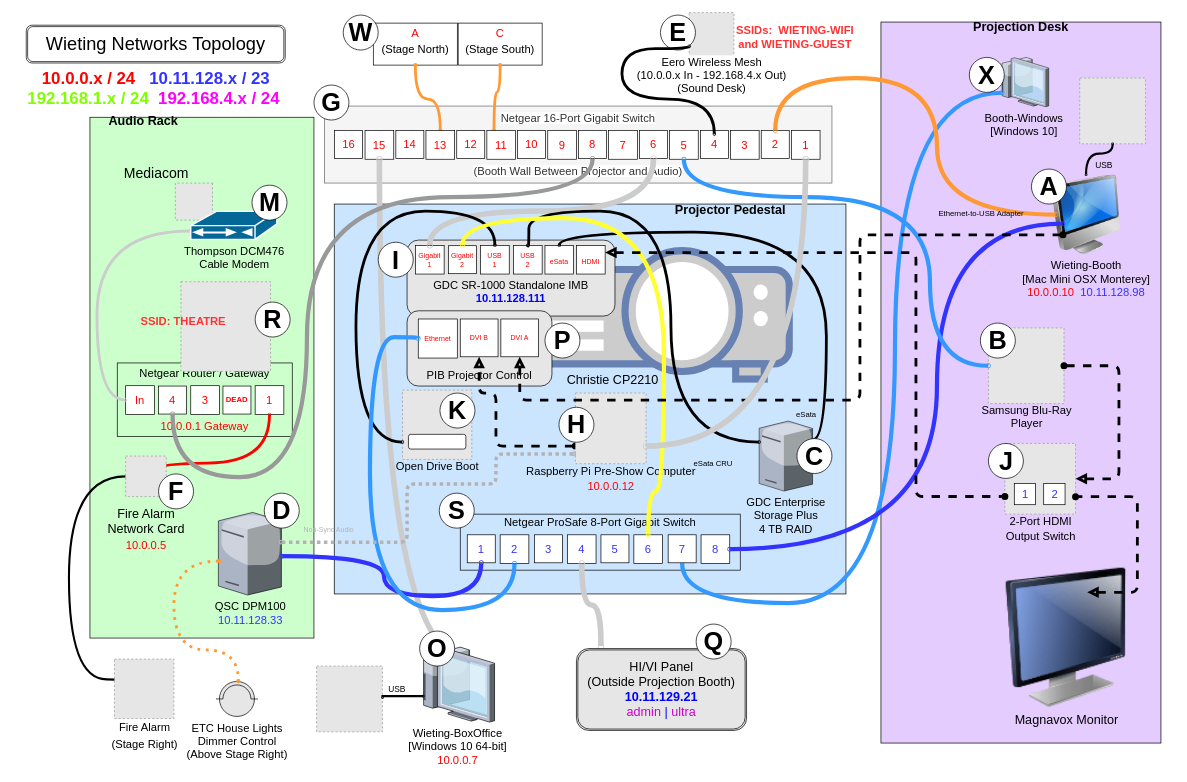
This is _Wieting-Networks-Topology-2022.drawio from SummittDweller/wieting-one-click-hugo-cms, a draw.io file, before an edit. Source tidied: cells renumbered, new cells numbered last; positions are measured from the earlier drawing's top-left corner, leaving out a move shared by most shapes. Both pictures are drawn from the tidied source at 70%, with x=0, y=0 at pixel (12, 12). Pictures stored in the file or linked from it are replaced by grey dashed boxes.
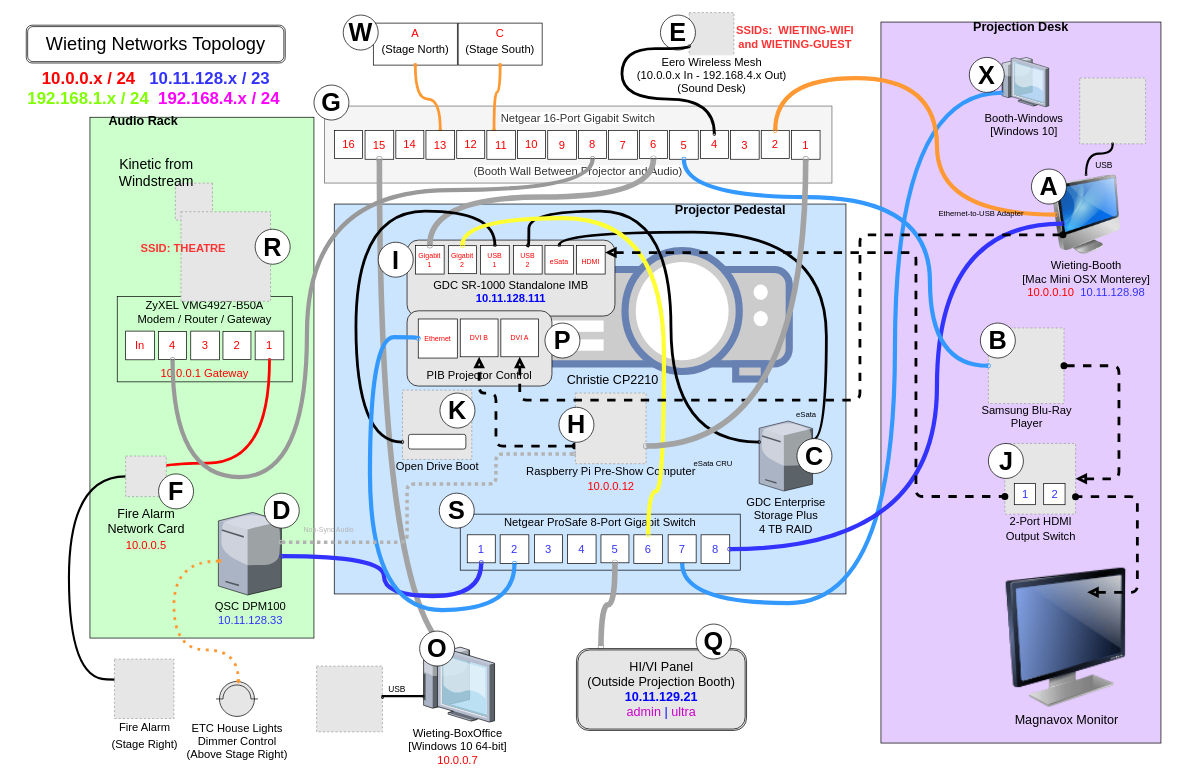
After the change.

Commit message (it also covers changes not shown here):
Updated network diagram

Unchanged cells that the change refers to:
```xml
<mxCell id="12" value="15" style="whiteSpace=wrap;html=1;fontSize=16;fontColor=#FF0000;" parent="1" vertex="1">
  <mxGeometry x="504" y="169" width="41" height="41" as="geometry" />
</mxCell>
<mxCell id="25" value="4" style="whiteSpace=wrap;html=1;fontSize=16;fontColor=#3333FF;" parent="1" vertex="1">
  <mxGeometry x="793" y="746.5" width="41" height="41" as="geometry" />
</mxCell>
<mxCell id="27" value="5" style="whiteSpace=wrap;html=1;fontSize=16;fontColor=#3333FF;" parent="1" vertex="1">
  <mxGeometry x="841" y="746.5" width="40" height="40" as="geometry" />
</mxCell>
<mxCell id="38" value="&lt;div&gt;Wieting-BoxOffice&lt;/div&gt;&lt;div&gt;[Windows 10 64-bit]&lt;/div&gt;&lt;div&gt;&lt;font color=&quot;#ff0000&quot; style=&quot;font-size: 16px&quot;&gt;10.0.0.7&lt;/font&gt;&lt;/div&gt;" style="verticalLabelPosition=bottom;html=1;verticalAlign=top;strokeColor=none;shape=mxgraph.citrix.thin_client;fontSize=16;" parent="1" vertex="1">
  <mxGeometry x="582" y="907" width="107" height="107" as="geometry" />
</mxCell>
<mxCell id="64" value="8" style="whiteSpace=wrap;html=1;fontSize=16;fontColor=#FF0000;" parent="1" vertex="1">
  <mxGeometry x="809" y="169" width="40" height="40" as="geometry" />
</mxCell>
<mxCell id="67" value="6" style="whiteSpace=wrap;html=1;fontSize=16;fontColor=#FF0000;" parent="1" vertex="1">
  <mxGeometry x="896" y="169" width="40" height="40" as="geometry" />
</mxCell>
<mxCell id="74" value="1" style="whiteSpace=wrap;html=1;fontSize=16;fontColor=#FF0000;" parent="1" vertex="1">
  <mxGeometry x="1113" y="169" width="41" height="41" as="geometry" />
</mxCell>
<mxCell id="102" value="Gigabit&lt;br&gt;1" style="whiteSpace=wrap;html=1;fontSize=10;fontColor=#FF0000;" parent="1" vertex="1">
  <mxGeometry x="576" y="333" width="41" height="41" as="geometry" />
</mxCell>
<mxCell id="136" value="&lt;p style=&quot;line-height: 70%&quot;&gt;&lt;span style=&quot;font-size: 16px&quot;&gt;&lt;font color=&quot;#000000&quot;&gt;Raspberry Pi&amp;nbsp;&lt;/font&gt;&lt;font color=&quot;#000000&quot;&gt;Pre-Show Computer&lt;/font&gt;&lt;br&gt;10.0.0.12&lt;/span&gt;&lt;/p&gt;" style="fillColor=#E6E6E6;strokeColor=#999999;dashed=1;html=1;verticalAlign=top;verticalLabelPosition=bottom;labelBackgroundColor=none;fontSize=26;fontColor=#FF0000;spacing=-25;spacingTop=-8;" parent="1" vertex="1">
  <mxGeometry x="804.5" y="544" width="101" height="101" as="geometry" />
</mxCell>
```

Diff of the diagram source:
```diff
@@
-    <mxCell id="15" style="edgeStyle=orthogonalEdgeStyle;curved=1;rounded=0;html=1;exitX=0.5;exitY=1;entryX=0.645;entryY=0.14;entryPerimeter=0;startArrow=oval;startFill=1;startSize=1;endArrow=oval;endFill=1;endSize=1;jettySize=auto;strokeWidth=8;fontSize=26;fontColor=#FF0000;exitDx=0;exitDy=0;entryDx=0;entryDy=0;strokeColor=#CCCCCC;" parent="1" edge="1" source="12" target="38">
+    <mxCell id="15" style="edgeStyle=orthogonalEdgeStyle;curved=1;rounded=0;html=1;exitX=0.5;exitY=1;entryX=0.645;entryY=0.14;entryPerimeter=0;startArrow=oval;startFill=1;startSize=1;endArrow=oval;endFill=1;endSize=1;jettySize=auto;strokeWidth=8;fontSize=26;fontColor=#FF0000;exitDx=0;exitDy=0;entryDx=0;entryDy=0;strokeColor=#A3A3A3;" parent="1" edge="1" source="12" target="38">
       <mxGeometry relative="1" as="geometry">
         <Array as="points">
           <mxPoint x="525" y="923" />
         </Array>
       </mxGeometry>
     </mxCell>
@@
-    <mxCell id="35" value="Mediacom" style="text;html=1;strokeColor=none;fillColor=none;align=center;verticalAlign=middle;whiteSpace=wrap;rounded=0;fontSize=20;" parent="1" vertex="1">
+    <mxCell id="35" value="Kinetic from Windstream" style="text;html=1;strokeColor=none;fillColor=none;align=center;verticalAlign=middle;whiteSpace=wrap;rounded=0;fontSize=20;" parent="1" vertex="1">
       <mxGeometry x="157" y="210" width="98" height="37" as="geometry" />
     </mxCell>
@@
-    <mxCell id="45" value="&lt;div&gt;Netgear Router / Gateway&lt;br&gt;&lt;br&gt;&lt;/div&gt;&lt;div&gt;&lt;br&gt;&lt;/div&gt;&lt;div&gt;&lt;br&gt;&lt;/div&gt;&lt;div&gt;&lt;font color=&quot;#ff0000&quot;&gt;10.0.0.1 Gateway&lt;/font&gt;&lt;/div&gt;" style="rounded=0;whiteSpace=wrap;html=1;fontSize=16;fillColor=none;" parent="1" vertex="1">
-      <mxGeometry x="150" y="501" width="250" height="105" as="geometry" />
+    <mxCell id="45" value="&lt;div&gt;ZyXEL VMG4927-B50A&lt;br&gt;Modem / Router / Gateway&lt;br&gt;&lt;br&gt;&lt;/div&gt;&lt;div&gt;&lt;br&gt;&lt;/div&gt;&lt;div&gt;&lt;br&gt;&lt;/div&gt;&lt;div&gt;&lt;font color=&quot;#ff0000&quot;&gt;10.0.0.1 Gateway&lt;/font&gt;&lt;/div&gt;" style="rounded=0;whiteSpace=wrap;html=1;fontSize=16;fillColor=none;" parent="1" vertex="1">
+      <mxGeometry x="150" y="406" width="250" height="122" as="geometry" />
     </mxCell>
     <mxCell id="46" style="edgeStyle=orthogonalEdgeStyle;rounded=0;html=1;exitX=0.5;exitY=1;entryX=0.5;entryY=1;jettySize=auto;orthogonalLoop=1;fontSize=16;fontColor=#FF0000;" parent="1" edge="1">
       <mxGeometry relative="1" as="geometry">
-        <mxPoint x="249.1" y="574.1" as="sourcePoint" />
-        <mxPoint x="249.1" y="574.1" as="targetPoint" />
+        <mxPoint x="249.1" y="496.1" as="sourcePoint" />
+        <mxPoint x="249.1" y="496.1" as="targetPoint" />
       </mxGeometry>
     </mxCell>
     <mxCell id="47" value="In" style="whiteSpace=wrap;html=1;fontSize=16;fontColor=#FF0000;" parent="1" vertex="1">
-      <mxGeometry x="162" y="533.5" width="41" height="41" as="geometry" />
+      <mxGeometry x="162" y="455.5" width="41" height="41" as="geometry" />
     </mxCell>
@@
     <mxCell id="49" value="4" style="whiteSpace=wrap;html=1;fontSize=16;fontColor=#FF0000;" parent="1" vertex="1">
-      <mxGeometry x="209" y="534" width="40" height="40" as="geometry" />
+      <mxGeometry x="209" y="456" width="40" height="40" as="geometry" />
     </mxCell>
     <mxCell id="50" value="3" style="whiteSpace=wrap;html=1;fontSize=16;fontColor=#FF0000;" parent="1" vertex="1">
-      <mxGeometry x="255" y="533.5" width="41" height="41" as="geometry" />
+      <mxGeometry x="255" y="455.5" width="41" height="41" as="geometry" />
     </mxCell>
@@
-    <mxCell id="52" value="DEAD" style="whiteSpace=wrap;html=1;fontSize=11;fontColor=#FF0000;fontStyle=1;" parent="1" vertex="1">
-      <mxGeometry x="301" y="534" width="40" height="40" as="geometry" />
+    <mxCell id="52" value="&lt;font style=&quot;font-weight: normal ; font-size: 16px&quot;&gt;2&lt;/font&gt;" style="whiteSpace=wrap;html=1;fontSize=11;fontColor=#FF0000;fontStyle=1;" parent="1" vertex="1">
+      <mxGeometry x="301" y="456" width="40" height="40" as="geometry" />
     </mxCell>
     <mxCell id="53" value="1" style="whiteSpace=wrap;html=1;fontSize=16;fontColor=#FF0000;" parent="1" vertex="1">
-      <mxGeometry x="347" y="533.5" width="41" height="41" as="geometry" />
+      <mxGeometry x="347" y="455.5" width="41" height="41" as="geometry" />
     </mxCell>
@@
     <mxCell id="56" style="fillColor=#E6E6E6;strokeColor=#999999;dashed=1;html=1;verticalAlign=top;verticalLabelPosition=bottom;labelBackgroundColor=#ffffff;fontSize=16;" parent="1" vertex="1">
-      <mxGeometry x="241" y="385" width="128" height="128" as="geometry" />
+      <mxGeometry x="241" y="285" width="128" height="128" as="geometry" />
     </mxCell>
@@
-    <mxCell id="60" style="edgeStyle=orthogonalEdgeStyle;curved=1;rounded=0;html=1;exitX=-0.008;exitY=0.7;exitPerimeter=0;startArrow=oval;startFill=1;startSize=1;endArrow=oval;endFill=1;endSize=1;jettySize=auto;strokeWidth=4;fontSize=26;fontColor=#FF0000;strokeColor=#CCCCCC;entryX=0;entryY=0.5;entryDx=0;entryDy=0;exitDx=0;exitDy=0;" parent="1" edge="1" source="61" target="47">
-      <mxGeometry relative="1" as="geometry">
-        <Array as="points">
-          <mxPoint x="121" y="313" />
-          <mxPoint x="121" y="554" />
-        </Array>
-      </mxGeometry>
-    </mxCell>
-    <mxCell id="61" value="Thompson DCM476&lt;div&gt;Cable Modem&lt;/div&gt;" style="shape=mxgraph.cisco.modems_and_phones.cable_modem;html=1;dashed=0;fillColor=#036897;strokeColor=#ffffff;strokeWidth=2;verticalLabelPosition=bottom;verticalAlign=top;fontSize=16;labelBackgroundColor=none;" parent="1" vertex="1">
-      <mxGeometry x="255" y="284.5" width="123" height="40" as="geometry" />
-    </mxCell>
@@
-    <mxCell id="81" value="&lt;font style=&quot;font-size: 36px&quot;&gt;&lt;b&gt;M&lt;/b&gt;&lt;/font&gt;" style="ellipse;whiteSpace=wrap;html=1;" parent="1" vertex="1">
-      <mxGeometry x="342.5" y="247" width="50" height="50" as="geometry" />
-    </mxCell>
@@
     <mxCell id="83" value="&lt;font style=&quot;font-size: 36px&quot;&gt;&lt;b&gt;R&lt;/b&gt;&lt;/font&gt;" style="ellipse;whiteSpace=wrap;html=1;" parent="1" vertex="1">
-      <mxGeometry x="347" y="414" width="50" height="50" as="geometry" />
+      <mxGeometry x="347" y="310" width="50" height="50" as="geometry" />
     </mxCell>
@@
     <mxCell id="92" value="SSID: THEATRE" style="text;html=1;strokeColor=none;fillColor=none;align=center;verticalAlign=middle;whiteSpace=wrap;rounded=0;fontStyle=1;fontSize=16;labelBackgroundColor=none;fontColor=#FF3333;" parent="1" vertex="1">
-      <mxGeometry x="171" y="431" width="147" height="20" as="geometry" />
+      <mxGeometry x="171" y="327" width="147" height="20" as="geometry" />
     </mxCell>
@@
     <mxCell id="97" style="edgeStyle=orthogonalEdgeStyle;curved=1;rounded=0;html=1;exitX=0.5;exitY=1;entryX=0.5;entryY=1;startArrow=oval;startFill=1;startSize=1;endArrow=oval;endFill=1;endSize=1;jettySize=auto;strokeWidth=6;fontSize=26;fontColor=#FF0000;entryDx=0;entryDy=0;exitDx=0;exitDy=0;strokeColor=#999999;" parent="1" edge="1" source="49" target="64">
       <mxGeometry relative="1" as="geometry">
         <Array as="points">
           <mxPoint x="229" y="664" />
           <mxPoint x="421" y="664" />
-          <mxPoint x="421" y="264" />
-          <mxPoint x="829" y="264" />
+          <mxPoint x="421" y="254" />
+          <mxPoint x="829" y="254" />
         </Array>
       </mxGeometry>
     </mxCell>
@@
-    <mxCell id="110" style="edgeStyle=orthogonalEdgeStyle;curved=1;rounded=0;html=1;exitX=0.5;exitY=1;startArrow=oval;startFill=1;startSize=1;endArrow=oval;endFill=1;endSize=1;jettySize=auto;strokeWidth=8;fontSize=26;fontColor=#FF0000;exitDx=0;exitDy=0;shadow=0;entryX=0.5;entryY=0;entryDx=0;entryDy=0;strokeColor=#CCCCCC;" parent="1" edge="1" source="67" target="102">
+    <mxCell id="110" style="edgeStyle=orthogonalEdgeStyle;curved=1;rounded=0;html=1;exitX=0.5;exitY=1;startArrow=oval;startFill=1;startSize=1;endArrow=oval;endFill=1;endSize=1;jettySize=auto;strokeWidth=8;fontSize=26;fontColor=#FF0000;exitDx=0;exitDy=0;shadow=0;entryX=0.5;entryY=0;entryDx=0;entryDy=0;strokeColor=#A3A3A3;" parent="1" edge="1" source="67" target="102">
       <mxGeometry relative="1" as="geometry">
         <Array as="points">
-          <mxPoint x="916" y="284" />
-          <mxPoint x="597" y="284" />
+          <mxPoint x="916" y="264" />
+          <mxPoint x="597" y="264" />
         </Array>
       </mxGeometry>
     </mxCell>
@@
-    <mxCell id="128" style="edgeStyle=orthogonalEdgeStyle;rounded=0;html=1;entryX=0.645;entryY=0.14;entryPerimeter=0;startArrow=oval;startFill=1;startSize=1;endArrow=oval;endFill=1;endSize=1;jettySize=auto;strokeWidth=8;fontSize=26;fontColor=#FF0000;entryDx=0;entryDy=0;strokeColor=#CCCCCC;curved=1;exitX=0.5;exitY=1;exitDx=0;exitDy=0;" parent="1" edge="1" source="25">
+    <mxCell id="128" style="edgeStyle=orthogonalEdgeStyle;rounded=0;html=1;entryX=0.645;entryY=0.14;entryPerimeter=0;startArrow=oval;startFill=1;startSize=1;endArrow=oval;endFill=1;endSize=1;jettySize=auto;strokeWidth=8;fontSize=26;fontColor=#FF0000;entryDx=0;entryDy=0;strokeColor=#A3A3A3;curved=1;exitX=0.5;exitY=1;exitDx=0;exitDy=0;" parent="1" edge="1" source="27">
       <mxGeometry relative="1" as="geometry">
         <mxPoint x="841" y="906" as="targetPoint" />
       </mxGeometry>
     </mxCell>
@@
-    <mxCell id="147" style="edgeStyle=orthogonalEdgeStyle;curved=1;rounded=0;html=1;exitX=0.5;exitY=1;startArrow=oval;startFill=1;startSize=1;endArrow=oval;endFill=1;endSize=1;jettySize=auto;strokeWidth=8;fontSize=26;fontColor=#FF0000;exitDx=0;exitDy=0;shadow=0;entryX=1;entryY=0.75;entryDx=0;entryDy=0;strokeColor=#CCCCCC;" parent="1" edge="1" source="74" target="136">
+    <mxCell id="147" style="edgeStyle=orthogonalEdgeStyle;curved=1;rounded=0;html=1;exitX=0.5;exitY=1;startArrow=oval;startFill=1;startSize=1;endArrow=oval;endFill=1;endSize=1;jettySize=auto;strokeWidth=8;fontSize=26;fontColor=#FF0000;exitDx=0;exitDy=0;shadow=0;entryX=1;entryY=0.75;entryDx=0;entryDy=0;strokeColor=#A3A3A3;" parent="1" edge="1" source="74" target="136">
       <mxGeometry relative="1" as="geometry">
         <Array as="points">
           <mxPoint x="1133" y="210" />
           <mxPoint x="1133" y="620" />
         </Array>
       </mxGeometry>
     </mxCell>
```
